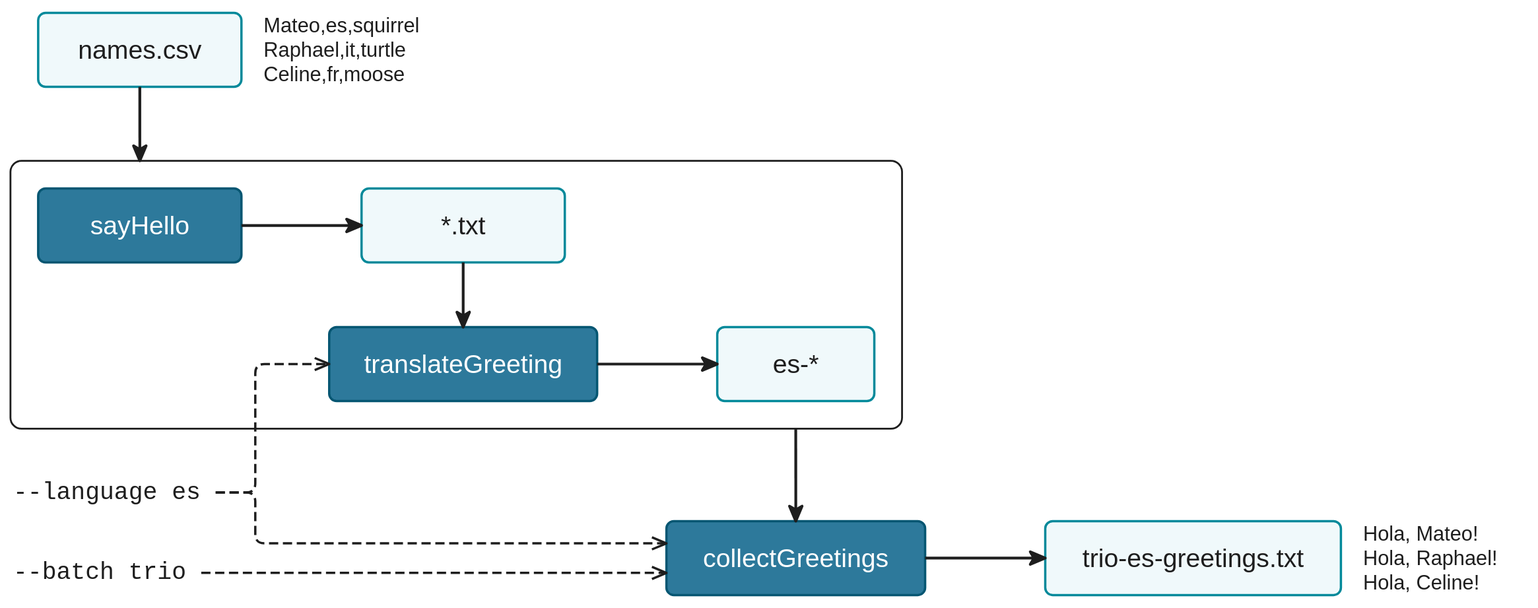
Before: docs/en/docs/hello_nextflow/img/hello-collect.drawio.svg, a diagram exported from draw.io (nextflow-io/training). Source tidied: cells renumbered, new cells last; positions are measured from the earlier drawing's top-left corner, leaving out a move shared by most shapes.
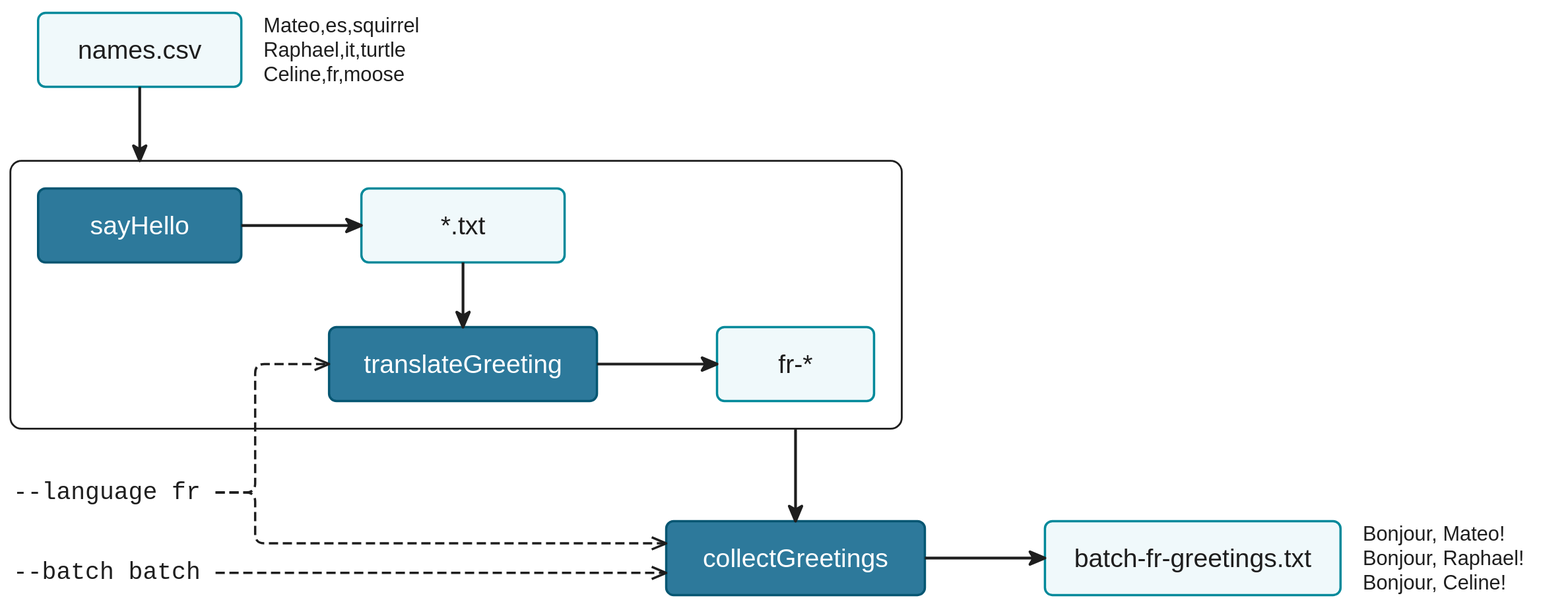
After the change.

Commit message:
docs(hello_nextflow): restructure Hello Workflow sections; continue in French

Diff of the diagram source:
```diff
@@ -14,7 +14,7 @@
     <mxCell id="5" value="translateGreeting" style="rounded=1;absoluteArcSize=1;arcSize=16;whiteSpace=nowrap;html=0;fontFamily=Helvetica;fontSize=28;fillColor=#2d799b;strokeColor=#055672;fontColor=#ffffff;strokeWidth=2.5;" parent="2" vertex="1">
       <mxGeometry x="345" y="180" width="290" height="80" as="geometry" />
     </mxCell>
-    <mxCell id="6" value="es-*" style="rounded=1;absoluteArcSize=1;arcSize=16;whiteSpace=nowrap;html=0;fontFamily=Helvetica;fontSize=28;fillColor=#f0f9fb;strokeColor=#02899a;fontColor=#1e1e1e;strokeWidth=2.5;" parent="2" vertex="1">
+    <mxCell id="6" value="fr-*" style="rounded=1;absoluteArcSize=1;arcSize=16;whiteSpace=nowrap;html=0;fontFamily=Helvetica;fontSize=28;fillColor=#f0f9fb;strokeColor=#02899a;fontColor=#1e1e1e;strokeWidth=2.5;" parent="2" vertex="1">
       <mxGeometry x="765" y="180" width="170" height="80" as="geometry" />
     </mxCell>
     <mxCell id="7" style="edgeStyle=none;html=0;endArrow=classic;endFill=1;strokeColor=#1e1e1e;exitX=0.5;exitY=1;exitDx=0;exitDy=0;entryY=0;entryDy=0;entryDx=0;entryX=0.5;strokeWidth=3;endSize=12;" parent="2" edge="1" source="4" target="5">
@@ -29,20 +29,20 @@
     <mxCell id="10" value="collectGreetings" style="rounded=1;absoluteArcSize=1;arcSize=16;whiteSpace=nowrap;html=0;fontFamily=Helvetica;fontSize=28;fillColor=#2d799b;strokeColor=#055672;fontColor=#ffffff;strokeWidth=2.5;" parent="1" vertex="1">
       <mxGeometry x="711" y="554" width="280" height="80" as="geometry" />
     </mxCell>
-    <mxCell id="11" value="trio-es-greetings.txt" style="rounded=1;absoluteArcSize=1;arcSize=16;whiteSpace=nowrap;html=0;fontFamily=Helvetica;fontSize=28;fillColor=#f0f9fb;strokeColor=#02899a;fontColor=#1e1e1e;strokeWidth=2.5;" parent="1" vertex="1">
+    <mxCell id="11" value="batch-fr-greetings.txt" style="rounded=1;absoluteArcSize=1;arcSize=16;whiteSpace=nowrap;html=0;fontFamily=Helvetica;fontSize=28;fillColor=#f0f9fb;strokeColor=#02899a;fontColor=#1e1e1e;strokeWidth=2.5;" parent="1" vertex="1">
       <mxGeometry x="1121" y="554" width="320" height="80" as="geometry" />
     </mxCell>
     <mxCell id="12" value="names.csv" style="rounded=1;absoluteArcSize=1;arcSize=16;whiteSpace=nowrap;html=0;fontFamily=Helvetica;fontSize=28;fillColor=#f0f9fb;strokeColor=#02899a;fontColor=#1e1e1e;strokeWidth=2.5;" parent="1" vertex="1">
       <mxGeometry x="31" y="4" width="220" height="80" as="geometry" />
     </mxCell>
-    <mxCell id="13" value="Hola, Mateo!&#10;Hola, Raphael!&#10;Hola, Celine!" style="text;html=0;align=left;verticalAlign=middle;whiteSpace=nowrap;spacing=0;spacingLeft=4;fontFamily=Helvetica;fontSize=22;fontColor=#1e1e1e;" parent="1" vertex="1">
-      <mxGeometry x="1461" y="550" width="183" height="88" as="geometry" />
+    <mxCell id="13" value="Bonjour, Mateo!&#10;Bonjour, Raphael!&#10;Bonjour, Celine!" style="text;html=0;align=left;verticalAlign=middle;whiteSpace=nowrap;spacing=0;spacingLeft=4;fontFamily=Helvetica;fontSize=22;fontColor=#1e1e1e;" parent="1" vertex="1">
+      <mxGeometry x="1461" y="550" width="216" height="88" as="geometry" />
     </mxCell>
     <mxCell id="14" value="Mateo,es,squirrel&#10;Raphael,it,turtle&#10;Celine,fr,moose" style="text;html=0;align=left;verticalAlign=middle;whiteSpace=nowrap;spacing=0;spacingLeft=4;fontFamily=Helvetica;fontSize=22;fontColor=#1e1e1e;" parent="1" vertex="1">
       <mxGeometry x="271" width="220" height="88" as="geometry" />
     </mxCell>
-    <mxCell id="15" value="--batch trio" style="text;html=0;align=left;verticalAlign=middle;whiteSpace=nowrap;spacing=0;spacingLeft=4;fontSize=26;fontFamily=Menlo;fontColor=#1e1e1e;" parent="1" vertex="1">
-      <mxGeometry y="591" width="207.5" height="38" as="geometry" />
+    <mxCell id="15" value="--batch batch" style="text;html=0;align=left;verticalAlign=middle;whiteSpace=nowrap;spacing=0;spacingLeft=4;fontSize=26;fontFamily=Menlo;fontColor=#1e1e1e;" parent="1" vertex="1">
+      <mxGeometry y="591" width="223.1" height="38" as="geometry" />
     </mxCell>
     <mxCell id="16" style="edgeStyle=none;html=0;endArrow=classic;endFill=1;strokeColor=#1e1e1e;exitY=1;exitDx=0;exitDy=0;entryY=0;entryDy=0;entryDx=0;exitX=0.8808;entryX=0.5;strokeWidth=3;endSize=12;" parent="1" edge="1" source="2" target="10">
       <mxGeometry relative="1" as="geometry" />
@@ -56,7 +56,7 @@
     <mxCell id="19" style="edgeStyle=none;html=0;endArrow=classic;endFill=1;strokeColor=#1e1e1e;exitX=1;exitDx=0;exitDy=0;entryX=0;entryDx=0;entryDy=0;exitY=0.5;entryY=0.5;strokeWidth=3;endSize=12;" parent="1" edge="1" source="10" target="11">
       <mxGeometry relative="1" as="geometry" />
     </mxCell>
-    <mxCell id="20" value="--language es" style="text;html=0;align=left;verticalAlign=middle;whiteSpace=nowrap;spacing=0;spacingLeft=4;fontSize=26;fontFamily=Menlo;fontColor=#1e1e1e;" parent="1" vertex="1">
+    <mxCell id="20" value="--language fr" style="text;html=0;align=left;verticalAlign=middle;whiteSpace=nowrap;spacing=0;spacingLeft=4;fontSize=26;fontFamily=Menlo;fontColor=#1e1e1e;" parent="1" vertex="1">
       <mxGeometry y="504" width="223.1" height="38" as="geometry" />
     </mxCell>
     <mxCell id="21" style="edgeStyle=orthogonalEdgeStyle;rounded=1;arcSize=40;html=0;exitDx=0;exitDy=0;entryDx=0;entryDy=0;dashed=1;endArrow=open;endFill=0;exitX=1;exitY=0.5;entryX=0;entryY=0.5;strokeWidth=2.5;endSize=12;strokeColor=#1e1e1e;dashPattern=4 2;" parent="1" edge="1" source="20" target="5">
```
